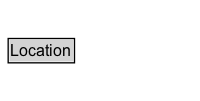
Above: docs/diagrams/Location.dot.png in k-vaughn/ontology-import-gr (Graphviz), before the change. Its source is kept beside it as docs/diagrams/Location.dot. Source of this version:
```dot
digraph {
	graph [overlap=false rankdir=TB splines=true]
	node [fontname=Arial fontsize=12 margin=0 shape=none]
	edge [fontname=Arial fontsize=11]
	Location [label=<<TABLE BORDER="1" CELLBORDER="0" CELLSPACING="0" CELLPADDING="1"><TR><TD BGCOLOR="lightgray" ALIGN="CENTER">Location</TD></TR></TABLE>> URL="../Location" margin=0]
	{
		rank=max
	}
	subgraph cluster_associated {
		label="" style=invis
		Invis [label=<<TABLE BORDER="0" CELLBORDER="0" CELLSPACING="0" CELLPADDING="1"><TR><TD></TD></TR></TABLE>> margin=0 style=invis]
	}
}
```
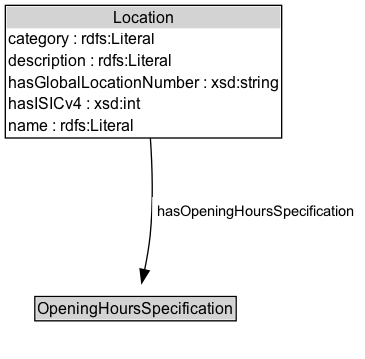
Later version of the same file.

The edit, as a diff of the source:
```diff
@@ -2,12 +2,20 @@
 	graph [overlap=false rankdir=TB splines=true]
 	node [fontname=Arial fontsize=12 margin=0 shape=none]
 	edge [fontname=Arial fontsize=11]
-	Location [label=<<TABLE BORDER="1" CELLBORDER="0" CELLSPACING="0" CELLPADDING="1"><TR><TD BGCOLOR="lightgray" ALIGN="CENTER">Location</TD></TR></TABLE>> URL="../Location" margin=0]
+	{
+		rank=source
+	}
+	Location [label=<<TABLE BORDER="1" CELLBORDER="0" CELLSPACING="0" CELLPADDING="1"><TR><TD BGCOLOR="lightgray" ALIGN="CENTER">Location</TD></TR><TR><TD ALIGN="LEFT">category : rdfs:Literal</TD></TR><TR><TD ALIGN="LEFT">description : rdfs:Literal</TD></TR><TR><TD ALIGN="LEFT">hasGlobalLocationNumber : xsd:string</TD></TR><TR><TD ALIGN="LEFT">hasISICv4 : xsd:int</TD></TR><TR><TD ALIGN="LEFT">name : rdfs:Literal</TD></TR></TABLE>> URL="../Location" margin=0]
 	{
 		rank=max
 	}
 	subgraph cluster_associated {
 		label="" style=invis
 		Invis [label=<<TABLE BORDER="0" CELLBORDER="0" CELLSPACING="0" CELLPADDING="1"><TR><TD></TD></TR></TABLE>> margin=0 style=invis]
+		OpeningHoursSpecification [label=<<TABLE BORDER="1" CELLBORDER="0" CELLSPACING="0" CELLPADDING="1"><TR><TD BGCOLOR="lightgray" ALIGN="CENTER">OpeningHoursSpecification</TD></TR></TABLE>> URL="../OpeningHoursSpecification" margin=0]
 	}
+	Location -> Invis [style=invis]
+	Invis -> OpeningHoursSpecification [style=invis]
+	OpeningHoursSpecification [label=<<TABLE BORDER="1" CELLBORDER="0" CELLSPACING="0" CELLPADDING="1"><TR><TD BGCOLOR="lightgray" ALIGN="CENTER">OpeningHoursSpecification</TD></TR></TABLE>> URL="../OpeningHoursSpecification" margin=0]
+	Location -> OpeningHoursSpecification [label=<<TABLE BORDER="0" CELLBORDER="0" CELLSPACING="0" CELLPADDING="4" BGCOLOR="white"><TR><TD ALIGN="CENTER">hasOpeningHoursSpecification</TD></TR></TABLE>> arrowhead=normal style=solid]
 }
```
